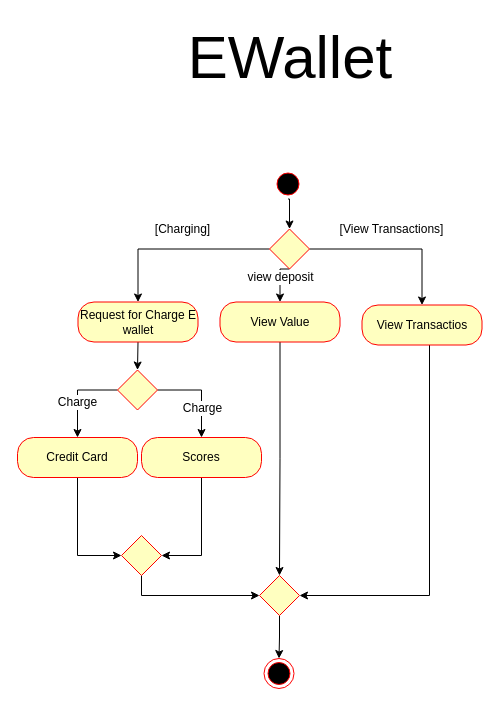
The draw.io diagram ActivityDiagram/Ewallet Activity Diagram.drawio in kargaranamir/Travelink, before the edit. Source tidied: cells renumbered, new cells numbered last; positions are measured from the earlier drawing's top-left corner, leaving out a move shared by most shapes. Both pictures are drawn from the tidied source at 100%, with x=0, y=0 at pixel (17, 17).
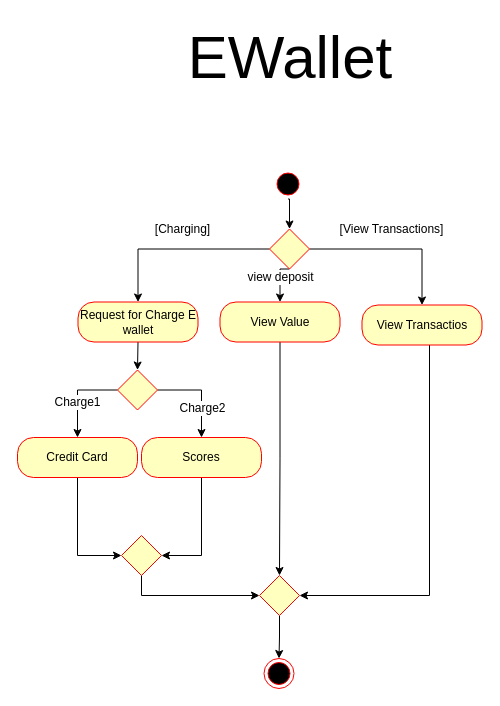
The same page after the edit.

The change refers to these unchanged cells:
```xml
<mxCell id="21" style="edgeStyle=orthogonalEdgeStyle;rounded=0;jettySize=auto;html=1;exitX=1;exitY=0.5;exitDx=0;exitDy=0;entryX=0.5;entryY=0;entryDx=0;entryDy=0;" parent="1" edge="1" source="25" target="27">
  <mxGeometry relative="1" as="geometry" />
</mxCell>
<mxCell id="23" style="edgeStyle=orthogonalEdgeStyle;rounded=0;jettySize=auto;html=1;exitX=0;exitY=0.5;exitDx=0;exitDy=0;entryX=0.5;entryY=0;entryDx=0;entryDy=0;" parent="1" edge="1" source="25" target="29">
  <mxGeometry relative="1" as="geometry" />
</mxCell>
```

Diff of the diagram source:
```diff
@@
-    <mxCell id="22" value="Charge" style="text;html=1;align=center;verticalAlign=middle;labelBackgroundColor=#ffffff;" parent="21" vertex="1">
+    <mxCell id="22" value="Charge2" style="text;html=1;align=center;verticalAlign=middle;labelBackgroundColor=#ffffff;" parent="21" vertex="1">
       <mxGeometry x="-0.04" y="-18" relative="1" as="geometry">
         <mxPoint x="18" y="18" as="offset" />
       </mxGeometry>
     </mxCell>
@@
-    <mxCell id="24" value="Charge" style="text;html=1;align=center;verticalAlign=middle;labelBackgroundColor=#ffffff;" parent="23" vertex="1">
+    <mxCell id="24" value="Charge1" style="text;html=1;align=center;verticalAlign=middle;labelBackgroundColor=#ffffff;" parent="23" vertex="1">
       <mxGeometry x="-0.09" y="12" relative="1" as="geometry">
         <mxPoint x="-13" y="12" as="offset" />
       </mxGeometry>
     </mxCell>
```
